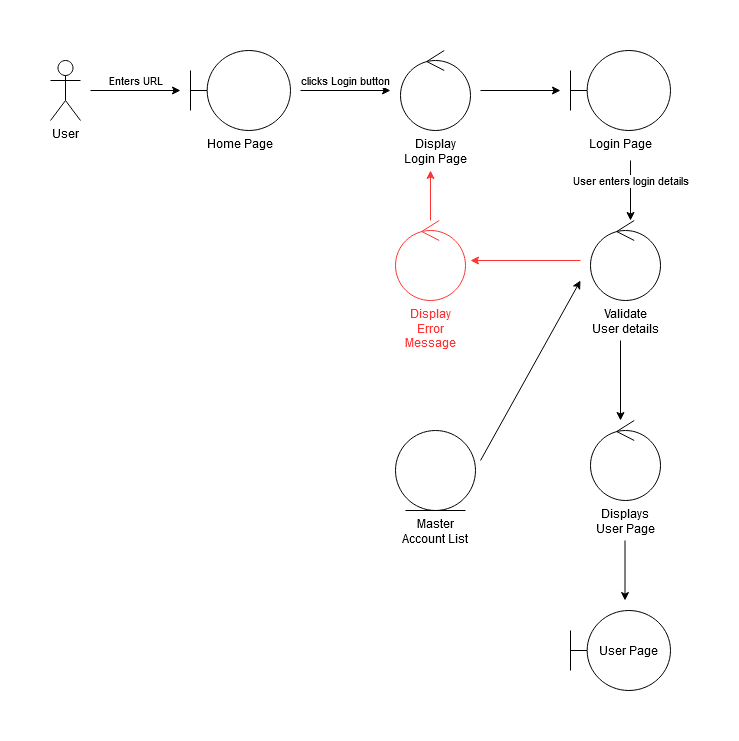
Johnfsaad/AIRoO keeps this draw.io diagram as Phase 2/Login Use Case.png. Above is the earlier version. Source tidied: cells renumbered, new cells last; positions are measured from the earlier drawing's top-left corner, leaving out a move shared by most shapes. The source it was exported from:
```xml
<mxGraphModel>
  <root>
    <mxCell id="0" />
    <mxCell id="1" parent="0" />
    <mxCell id="2" value="&lt;div&gt;User&lt;/div&gt;" style="shape=umlActor;verticalLabelPosition=bottom;labelBackgroundColor=#ffffff;verticalAlign=top;html=1;" parent="1" vertex="1">
      <mxGeometry y="10" width="30" height="60" as="geometry" />
    </mxCell>
    <mxCell id="3" value="Enters URL" style="endArrow=classic;html=1;labelPosition=center;verticalLabelPosition=top;align=center;verticalAlign=bottom;" parent="1" edge="1">
      <mxGeometry relative="1" as="geometry">
        <mxPoint x="40" y="40" as="sourcePoint" />
        <mxPoint x="130" y="40" as="targetPoint" />
      </mxGeometry>
    </mxCell>
    <mxCell id="4" value="Home Page" style="shape=umlBoundary;whiteSpace=wrap;html=1;labelPosition=center;verticalLabelPosition=bottom;align=center;verticalAlign=top;" parent="1" vertex="1">
      <mxGeometry x="140" width="100" height="80" as="geometry" />
    </mxCell>
    <mxCell id="5" value="clicks Login button" style="endArrow=classic;html=1;labelPosition=center;verticalLabelPosition=top;align=center;verticalAlign=bottom;" parent="1" edge="1">
      <mxGeometry relative="1" as="geometry">
        <mxPoint x="250" y="40" as="sourcePoint" />
        <mxPoint x="340" y="40" as="targetPoint" />
      </mxGeometry>
    </mxCell>
    <mxCell id="6" style="endArrow=classic;html=1;labelPosition=center;verticalLabelPosition=top;align=center;verticalAlign=bottom;" parent="1" edge="1">
      <mxGeometry relative="1" as="geometry">
        <mxPoint x="430" y="40" as="sourcePoint" />
        <mxPoint x="510" y="40" as="targetPoint" />
      </mxGeometry>
    </mxCell>
    <mxCell id="7" value="Display Login Page" style="ellipse;shape=umlControl;whiteSpace=wrap;html=1;labelPosition=center;verticalLabelPosition=bottom;align=center;verticalAlign=top;" parent="1" vertex="1">
      <mxGeometry x="350" width="70" height="80" as="geometry" />
    </mxCell>
    <mxCell id="8" value="Login Page" style="shape=umlBoundary;whiteSpace=wrap;html=1;labelPosition=center;verticalLabelPosition=bottom;align=center;verticalAlign=top;" parent="1" vertex="1">
      <mxGeometry x="520" width="100" height="80" as="geometry" />
    </mxCell>
    <mxCell id="9" value="User enters login details" style="endArrow=classic;html=1;labelPosition=center;verticalLabelPosition=top;align=center;verticalAlign=bottom;" parent="1" edge="1">
      <mxGeometry relative="1" as="geometry">
        <mxPoint x="580" y="110" as="sourcePoint" />
        <mxPoint x="580" y="170" as="targetPoint" />
      </mxGeometry>
    </mxCell>
    <mxCell id="10" value="Validate User details" style="ellipse;shape=umlControl;whiteSpace=wrap;html=1;labelPosition=center;verticalLabelPosition=bottom;align=center;verticalAlign=top;" parent="1" vertex="1">
      <mxGeometry x="540" y="170" width="70" height="80" as="geometry" />
    </mxCell>
    <mxCell id="11" value="Master Account List" style="ellipse;shape=umlEntity;whiteSpace=wrap;html=1;labelPosition=center;verticalLabelPosition=bottom;align=center;verticalAlign=top;" parent="1" vertex="1">
      <mxGeometry x="345" y="380" width="80" height="80" as="geometry" />
    </mxCell>
    <mxCell id="12" style="endArrow=classic;html=1;labelPosition=center;verticalLabelPosition=top;align=center;verticalAlign=bottom;" parent="1" edge="1">
      <mxGeometry relative="1" as="geometry">
        <mxPoint x="430" y="410" as="sourcePoint" />
        <mxPoint x="530" y="230" as="targetPoint" />
      </mxGeometry>
    </mxCell>
    <mxCell id="13" style="endArrow=classic;html=1;labelPosition=center;verticalLabelPosition=top;align=center;verticalAlign=bottom;strokeColor=#FF3333;" parent="1" edge="1">
      <mxGeometry relative="1" as="geometry">
        <mxPoint x="380" y="170" as="sourcePoint" />
        <mxPoint x="380" y="120" as="targetPoint" />
      </mxGeometry>
    </mxCell>
    <mxCell id="14" value="Display Error Message" style="ellipse;shape=umlControl;whiteSpace=wrap;html=1;labelPosition=center;verticalLabelPosition=bottom;align=center;verticalAlign=top;labelBorderColor=none;strokeColor=#FF3333;fontColor=#FF3333;" parent="1" vertex="1">
      <mxGeometry x="345" y="170" width="70" height="80" as="geometry" />
    </mxCell>
    <mxCell id="15" style="endArrow=classic;html=1;labelPosition=center;verticalLabelPosition=top;align=center;verticalAlign=bottom;strokeColor=#FF3333;" parent="1" edge="1">
      <mxGeometry relative="1" as="geometry">
        <mxPoint x="530" y="210" as="sourcePoint" />
        <mxPoint x="420" y="210" as="targetPoint" />
      </mxGeometry>
    </mxCell>
    <mxCell id="16" style="endArrow=classic;html=1;labelPosition=center;verticalLabelPosition=top;align=center;verticalAlign=bottom;" parent="1" edge="1">
      <mxGeometry relative="1" as="geometry">
        <mxPoint x="570" y="290" as="sourcePoint" />
        <mxPoint x="570" y="370" as="targetPoint" />
      </mxGeometry>
    </mxCell>
    <mxCell id="17" value="User Page" style="shape=umlBoundary;whiteSpace=wrap;html=1;strokeColor=#000000;fontColor=#000000;" parent="1" vertex="1">
      <mxGeometry x="520" y="560" width="100" height="80" as="geometry" />
    </mxCell>
    <mxCell id="18" value="Displays User Page" style="ellipse;shape=umlControl;whiteSpace=wrap;html=1;labelPosition=center;verticalLabelPosition=bottom;align=center;verticalAlign=top;" parent="1" vertex="1">
      <mxGeometry x="540" y="370" width="70" height="80" as="geometry" />
    </mxCell>
    <mxCell id="19" style="endArrow=classic;html=1;labelPosition=center;verticalLabelPosition=top;align=center;verticalAlign=bottom;" parent="1" edge="1">
      <mxGeometry relative="1" as="geometry">
        <mxPoint x="574.5" y="490" as="sourcePoint" />
        <mxPoint x="574.5" y="550" as="targetPoint" />
      </mxGeometry>
    </mxCell>
  </root>
</mxGraphModel>
```
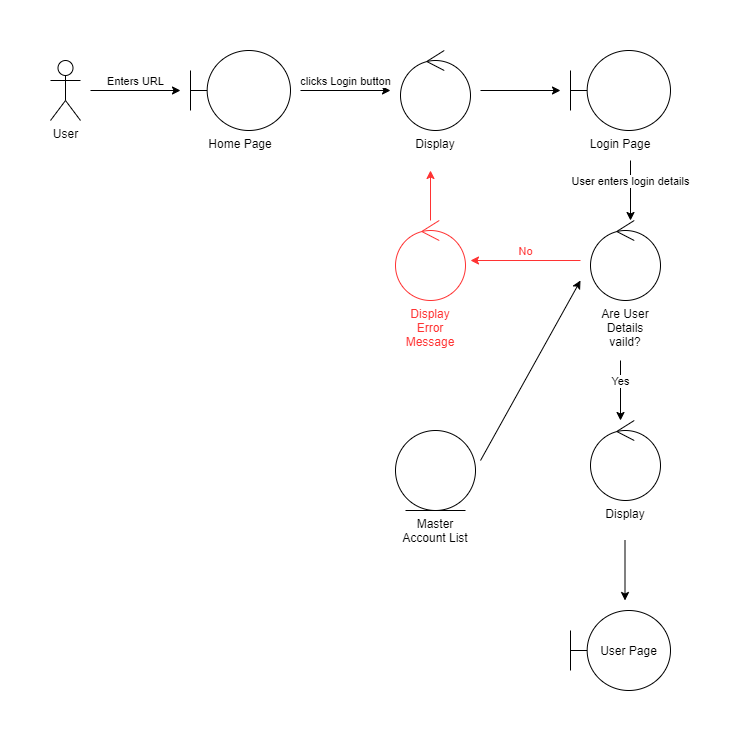
The same file after the commit.

Commit message:
Updated Login Use Case

The edit, as a diff of the source:
```diff
@@ -26,7 +26,7 @@
         <mxPoint x="510" y="40" as="targetPoint" />
       </mxGeometry>
     </mxCell>
-    <mxCell id="7" value="Display Login Page" style="ellipse;shape=umlControl;whiteSpace=wrap;html=1;labelPosition=center;verticalLabelPosition=bottom;align=center;verticalAlign=top;" parent="1" vertex="1">
+    <mxCell id="7" value="Display" style="ellipse;shape=umlControl;whiteSpace=wrap;html=1;labelPosition=center;verticalLabelPosition=bottom;align=center;verticalAlign=top;" parent="1" vertex="1">
       <mxGeometry x="350" width="70" height="80" as="geometry" />
     </mxCell>
     <mxCell id="8" value="Login Page" style="shape=umlBoundary;whiteSpace=wrap;html=1;labelPosition=center;verticalLabelPosition=bottom;align=center;verticalAlign=top;" parent="1" vertex="1">
@@ -38,7 +38,7 @@
         <mxPoint x="580" y="170" as="targetPoint" />
       </mxGeometry>
     </mxCell>
-    <mxCell id="10" value="Validate User details" style="ellipse;shape=umlControl;whiteSpace=wrap;html=1;labelPosition=center;verticalLabelPosition=bottom;align=center;verticalAlign=top;" parent="1" vertex="1">
+    <mxCell id="10" value="Are User Details vaild?" style="ellipse;shape=umlControl;whiteSpace=wrap;html=1;labelPosition=center;verticalLabelPosition=bottom;align=center;verticalAlign=top;" parent="1" vertex="1">
       <mxGeometry x="540" y="170" width="70" height="80" as="geometry" />
     </mxCell>
     <mxCell id="11" value="Master Account List" style="ellipse;shape=umlEntity;whiteSpace=wrap;html=1;labelPosition=center;verticalLabelPosition=bottom;align=center;verticalAlign=top;" parent="1" vertex="1">
@@ -59,22 +59,22 @@
     <mxCell id="14" value="Display Error Message" style="ellipse;shape=umlControl;whiteSpace=wrap;html=1;labelPosition=center;verticalLabelPosition=bottom;align=center;verticalAlign=top;labelBorderColor=none;strokeColor=#FF3333;fontColor=#FF3333;" parent="1" vertex="1">
       <mxGeometry x="345" y="170" width="70" height="80" as="geometry" />
     </mxCell>
-    <mxCell id="15" style="endArrow=classic;html=1;labelPosition=center;verticalLabelPosition=top;align=center;verticalAlign=bottom;strokeColor=#FF3333;" parent="1" edge="1">
+    <mxCell id="15" value="&lt;font color=&quot;#ff3333&quot;&gt;No&lt;/font&gt;" style="endArrow=classic;html=1;labelPosition=center;verticalLabelPosition=top;align=center;verticalAlign=bottom;strokeColor=#FF3333;" parent="1" edge="1">
       <mxGeometry relative="1" as="geometry">
         <mxPoint x="530" y="210" as="sourcePoint" />
         <mxPoint x="420" y="210" as="targetPoint" />
       </mxGeometry>
     </mxCell>
-    <mxCell id="16" style="endArrow=classic;html=1;labelPosition=center;verticalLabelPosition=top;align=center;verticalAlign=bottom;" parent="1" edge="1">
+    <mxCell id="16" value="Yes" style="endArrow=classic;html=1;labelPosition=center;verticalLabelPosition=top;align=center;verticalAlign=bottom;" parent="1" edge="1">
       <mxGeometry relative="1" as="geometry">
-        <mxPoint x="570" y="290" as="sourcePoint" />
+        <mxPoint x="570" y="310" as="sourcePoint" />
         <mxPoint x="570" y="370" as="targetPoint" />
       </mxGeometry>
     </mxCell>
     <mxCell id="17" value="User Page" style="shape=umlBoundary;whiteSpace=wrap;html=1;strokeColor=#000000;fontColor=#000000;" parent="1" vertex="1">
       <mxGeometry x="520" y="560" width="100" height="80" as="geometry" />
     </mxCell>
-    <mxCell id="18" value="Displays User Page" style="ellipse;shape=umlControl;whiteSpace=wrap;html=1;labelPosition=center;verticalLabelPosition=bottom;align=center;verticalAlign=top;" parent="1" vertex="1">
+    <mxCell id="18" value="Display" style="ellipse;shape=umlControl;whiteSpace=wrap;html=1;labelPosition=center;verticalLabelPosition=bottom;align=center;verticalAlign=top;" parent="1" vertex="1">
       <mxGeometry x="540" y="370" width="70" height="80" as="geometry" />
     </mxCell>
     <mxCell id="19" style="endArrow=classic;html=1;labelPosition=center;verticalLabelPosition=top;align=center;verticalAlign=bottom;" parent="1" edge="1">
```
